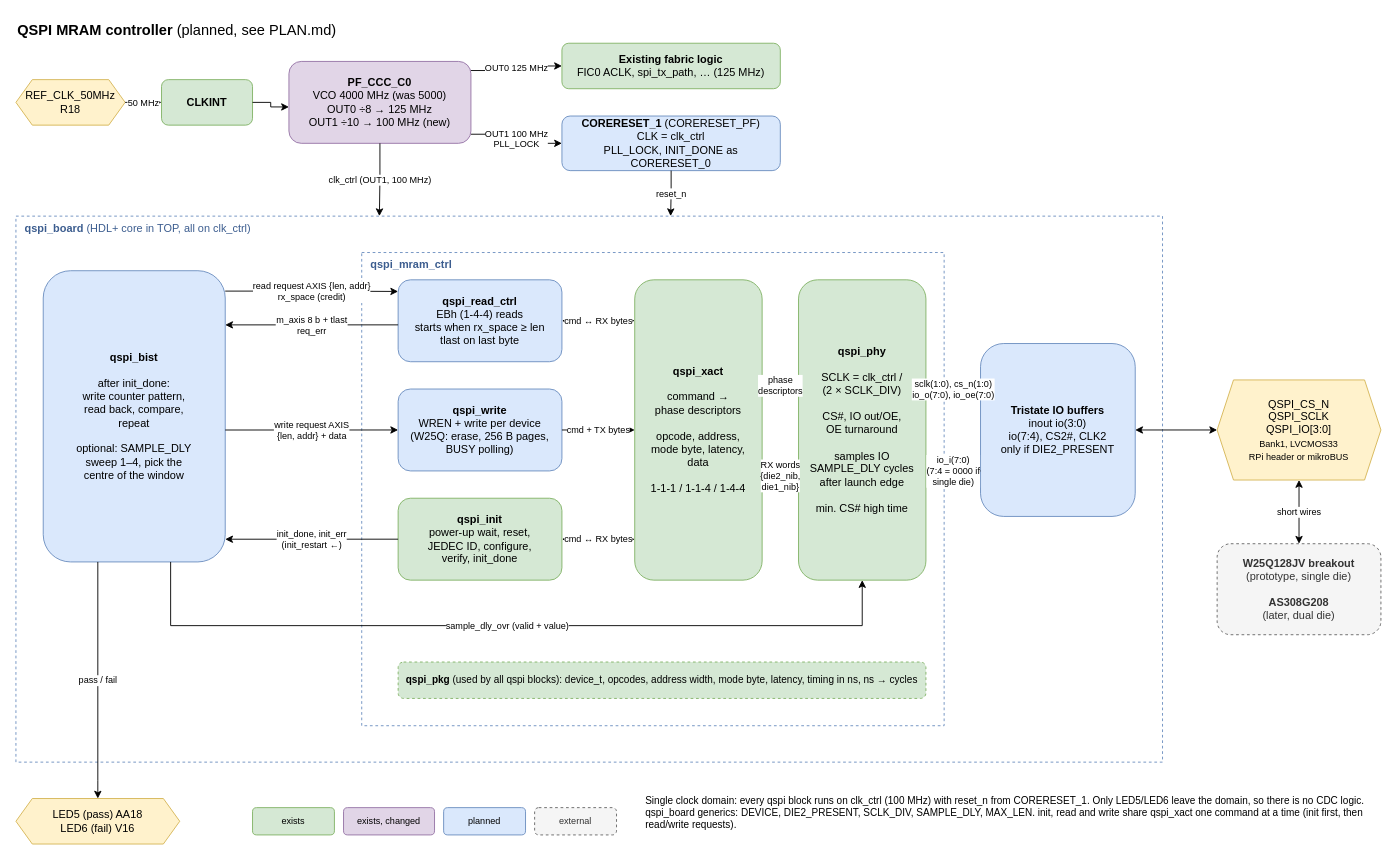
The draw.io diagram documentation/qspi_controller.drawio in jenswilly/polarfire_simple, before the edit. Source tidied: cells renumbered, new cells numbered last; positions are measured from the earlier drawing's top-left corner, leaving out a move shared by most shapes. Both pictures are drawn from the tidied source at 91%, with x=0, y=0 at pixel (15, 15).
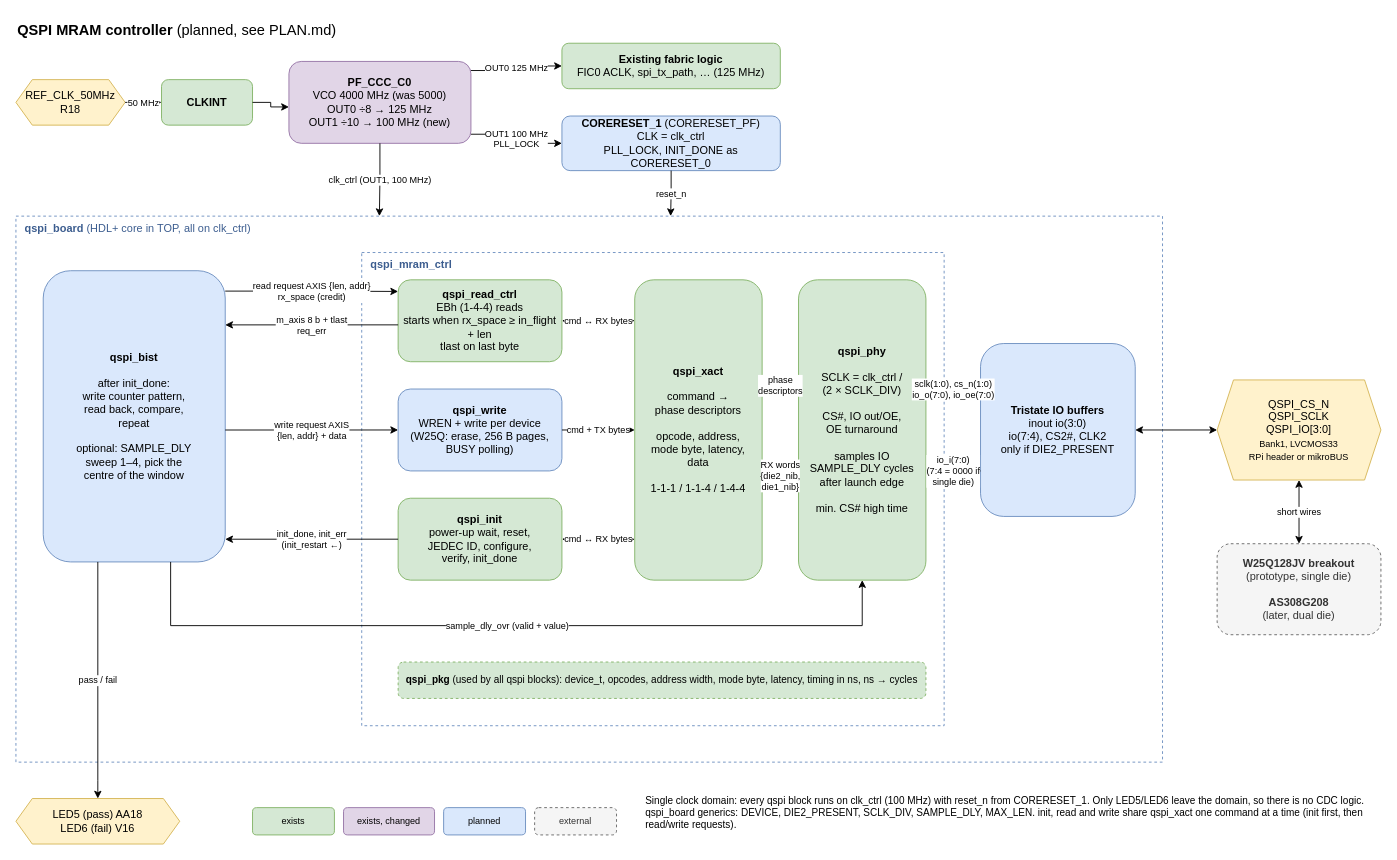
The same diagram, later.

Diff of the diagram source:
```diff
@@
-    <mxCell id="17" value="&lt;b&gt;qspi_read_ctrl&lt;/b&gt;&lt;br&gt;EBh (1-4-4) reads&lt;br&gt;starts when rx_space ≥ len&lt;br&gt;tlast on last byte" style="rounded=1;whiteSpace=wrap;html=1;fillColor=#dae8fc;strokeColor=#6c8ebf;" parent="1" vertex="1">
+    <mxCell id="17" value="&lt;b&gt;qspi_read_ctrl&lt;/b&gt;&lt;br&gt;EBh (1-4-4) reads&lt;br&gt;starts when rx_space ≥ in_flight + len&lt;br&gt;tlast on last byte" style="rounded=1;whiteSpace=wrap;html=1;fillColor=#d5e8d4;strokeColor=#82b366;" parent="1" vertex="1">
       <mxGeometry x="420" y="290" width="180" height="90" as="geometry" />
     </mxCell>
```
